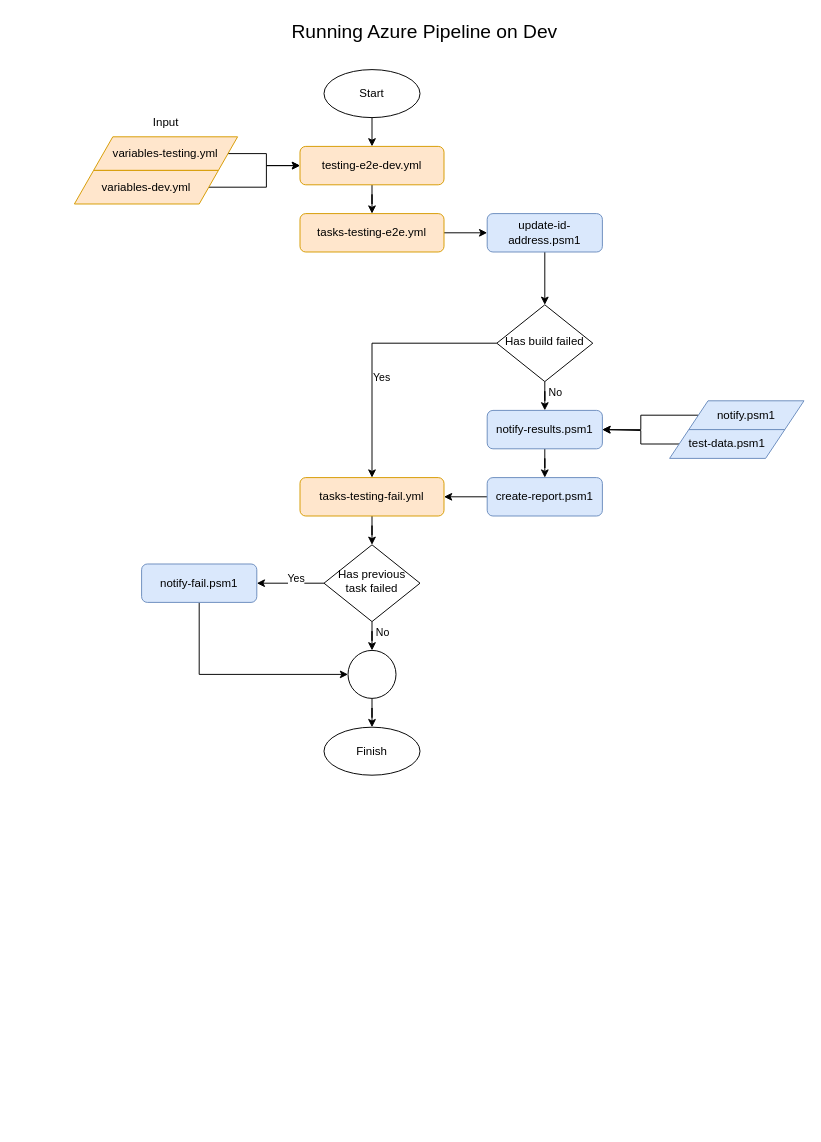
The draw.io diagram Untitled Diagram.drawio in MartinCodeH/framework-refactoring, before the edit. Source tidied: cells renumbered, new cells numbered last; positions are measured from the earlier drawing's top-left corner, leaving out a move shared by most shapes. Both pictures are drawn from the tidied source at 96%, with x=0, y=0 at pixel (74, 16).
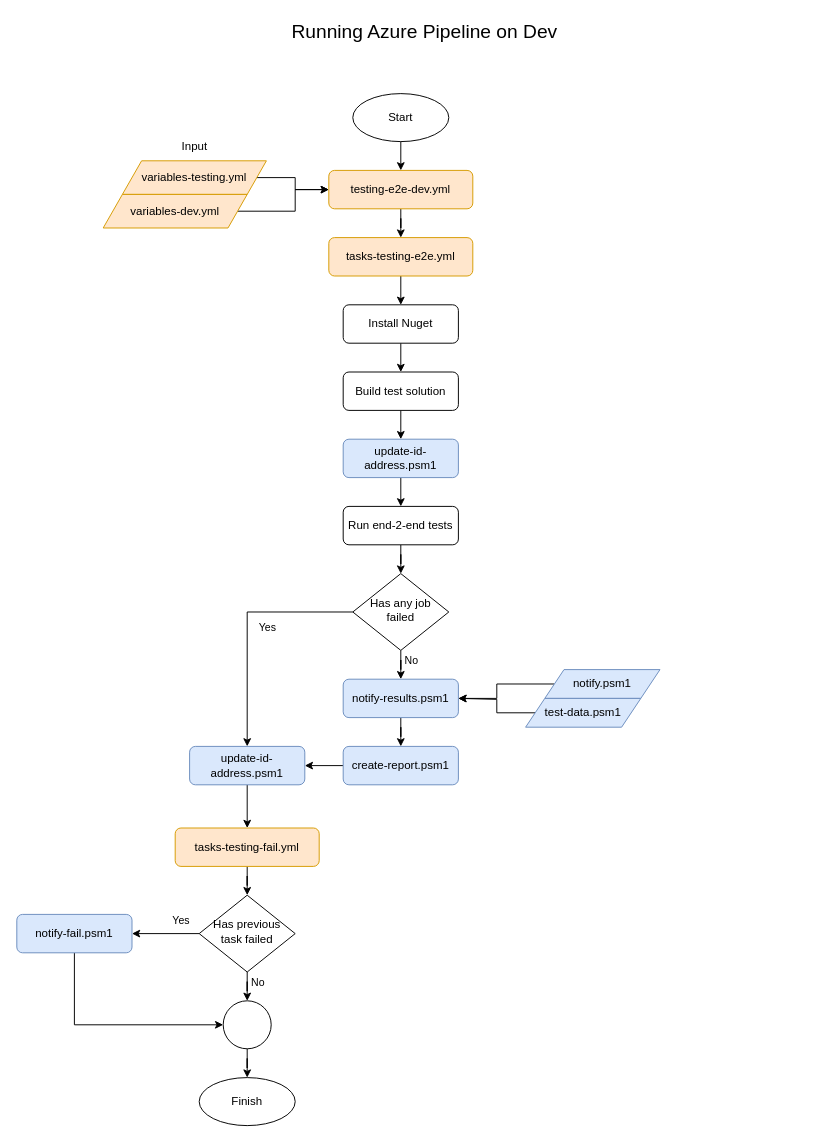
Above is the later version.

The change refers to these unchanged cells:
```xml
<mxCell id="4" style="edgeStyle=orthogonalEdgeStyle;rounded=0;jettySize=auto;html=1;" parent="1" edge="1" source="6" target="19">
  <mxGeometry relative="1" as="geometry" />
</mxCell>
```

Diff of the diagram source:
```diff
@@
     <mxCell id="5" value="Yes" style="edgeLabel;html=1;align=center;verticalAlign=middle;" parent="4" vertex="1">
       <mxGeometry x="-0.16" y="2" relative="1" as="geometry">
-        <mxPoint x="-1" y="-8" as="offset" />
+        <mxPoint x="9" y="-17" as="offset" />
       </mxGeometry>
     </mxCell>
     <mxCell id="6" value="Has previous task failed" style="rhombus;whiteSpace=wrap;html=1;shadow=0;fontFamily=Helvetica;fontSize=12;align=center;strokeWidth=1;spacing=6;spacingTop=-4;" parent="1" vertex="1">
-      <mxGeometry x="260" y="550" width="100" height="80" as="geometry" />
+      <mxGeometry x="130" y="915" width="100" height="80" as="geometry" />
     </mxCell>
-    <mxCell id="7" style="edgeStyle=orthogonalEdgeStyle;rounded=0;jettySize=auto;html=1;" parent="1" edge="1" source="11" target="26">
-      <mxGeometry relative="1" as="geometry" />
-    </mxCell>
-    <mxCell id="8" value="Yes" style="edgeLabel;html=1;align=center;verticalAlign=middle;" parent="7" vertex="1">
-      <mxGeometry x="0.02" y="-4" relative="1" as="geometry">
-        <mxPoint x="13" y="27" as="offset" />
-      </mxGeometry>
-    </mxCell>
@@
+    <mxCell id="42" style="edgeStyle=orthogonalEdgeStyle;rounded=0;jettySize=auto;html=1;exitX=0;exitY=0.5;exitDx=0;exitDy=0;" parent="1" edge="1" source="11" target="41">
+      <mxGeometry relative="1" as="geometry" />
+    </mxCell>
+    <mxCell id="8" value="Yes" style="edgeLabel;html=1;align=center;verticalAlign=middle;" parent="42" vertex="1">
+      <mxGeometry x="0.06" y="-3" relative="1" as="geometry">
+        <mxPoint x="23" y="-8" as="offset" />
+      </mxGeometry>
+    </mxCell>
-    <mxCell id="11" value="Has build failed" style="rhombus;whiteSpace=wrap;html=1;shadow=0;fontFamily=Helvetica;fontSize=12;align=center;strokeWidth=1;spacing=6;spacingTop=-4;" parent="1" vertex="1">
-      <mxGeometry x="440" y="300" width="100" height="80" as="geometry" />
+    <mxCell id="11" value="Has any job failed" style="rhombus;whiteSpace=wrap;html=1;shadow=0;fontFamily=Helvetica;fontSize=12;align=center;strokeWidth=1;spacing=6;spacingTop=-4;" parent="1" vertex="1">
+      <mxGeometry x="290" y="580" width="100" height="80" as="geometry" />
     </mxCell>
@@
     <mxCell id="13" value="testing-e2e-dev.yml" style="rounded=1;whiteSpace=wrap;html=1;fontSize=12;glass=0;strokeWidth=1;shadow=0;fillColor=#ffe6cc;strokeColor=#d79b00;" parent="1" vertex="1">
-      <mxGeometry x="235" y="135" width="150" height="40" as="geometry" />
+      <mxGeometry x="265" y="160" width="150" height="40" as="geometry" />
     </mxCell>
-    <mxCell id="14" style="edgeStyle=orthogonalEdgeStyle;rounded=0;jettySize=auto;html=1;" parent="1" edge="1" source="15" target="26">
-      <mxGeometry relative="1" as="geometry" />
-    </mxCell>
+    <mxCell id="43" style="edgeStyle=orthogonalEdgeStyle;rounded=0;jettySize=auto;html=1;" parent="1" edge="1" source="15" target="41">
+      <mxGeometry relative="1" as="geometry" />
+    </mxCell>
     <mxCell id="15" value="create-report.psm1" style="rounded=1;whiteSpace=wrap;html=1;fontSize=12;glass=0;strokeWidth=1;shadow=0;fillColor=#dae8fc;strokeColor=#6c8ebf;" parent="1" vertex="1">
-      <mxGeometry x="430" y="480" width="120" height="40" as="geometry" />
+      <mxGeometry x="280" y="760" width="120" height="40" as="geometry" />
     </mxCell>
@@
     <mxCell id="17" value="notify-results.psm1" style="rounded=1;whiteSpace=wrap;html=1;fontSize=12;glass=0;strokeWidth=1;shadow=0;fillColor=#dae8fc;strokeColor=#6c8ebf;" parent="1" vertex="1">
-      <mxGeometry x="430" y="410" width="120" height="40" as="geometry" />
+      <mxGeometry x="280" y="690" width="120" height="40" as="geometry" />
     </mxCell>
@@
     <mxCell id="19" value="notify-fail.psm1" style="rounded=1;whiteSpace=wrap;html=1;fontSize=12;glass=0;strokeWidth=1;shadow=0;fillColor=#dae8fc;strokeColor=#6c8ebf;" parent="1" vertex="1">
-      <mxGeometry x="70" y="570" width="120" height="40" as="geometry" />
+      <mxGeometry x="-60" y="935" width="120" height="40" as="geometry" />
     </mxCell>
@@
     <mxCell id="21" value="Start" style="ellipse;whiteSpace=wrap;html=1;" parent="1" vertex="1">
-      <mxGeometry x="260" y="55" width="100" height="50" as="geometry" />
+      <mxGeometry x="290" y="80" width="100" height="50" as="geometry" />
     </mxCell>
     <mxCell id="22" value="Finish" style="ellipse;whiteSpace=wrap;html=1;" parent="1" vertex="1">
-      <mxGeometry x="260" y="740" width="100" height="50" as="geometry" />
+      <mxGeometry x="130" y="1105" width="100" height="50" as="geometry" />
     </mxCell>
-    <mxCell id="23" style="edgeStyle=orthogonalEdgeStyle;rounded=0;jettySize=auto;html=1;" parent="1" edge="1" source="24" target="41">
-      <mxGeometry relative="1" as="geometry" />
-    </mxCell>
+    <mxCell id="44" style="edgeStyle=orthogonalEdgeStyle;rounded=0;jettySize=auto;html=1;exitX=0.5;exitY=1;exitDx=0;exitDy=0;entryX=0.5;entryY=0;entryDx=0;entryDy=0;" parent="1" edge="1" source="24" target="49">
+      <mxGeometry relative="1" as="geometry" />
+    </mxCell>
     <mxCell id="24" value="tasks-testing-e2e.yml" style="rounded=1;whiteSpace=wrap;html=1;fontSize=12;glass=0;strokeWidth=1;shadow=0;fillColor=#ffe6cc;strokeColor=#d79b00;" parent="1" vertex="1">
-      <mxGeometry x="235" y="205" width="150" height="40" as="geometry" />
+      <mxGeometry x="265" y="230" width="150" height="40" as="geometry" />
     </mxCell>
@@
     <mxCell id="26" value="tasks-testing-fail.yml" style="rounded=1;whiteSpace=wrap;html=1;fontSize=12;glass=0;strokeWidth=1;shadow=0;fillColor=#ffe6cc;strokeColor=#d79b00;" parent="1" vertex="1">
-      <mxGeometry x="235" y="480" width="150" height="40" as="geometry" />
+      <mxGeometry x="105" y="845" width="150" height="40" as="geometry" />
     </mxCell>
@@
     <mxCell id="28" style="edgeStyle=orthogonalEdgeStyle;rounded=0;jettySize=auto;html=1;" parent="1" edge="1" source="29" target="13">
       <mxGeometry relative="1" as="geometry">
         <Array as="points">
-          <mxPoint x="200" y="143" />
-          <mxPoint x="200" y="155" />
+          <mxPoint x="230" y="168" />
+          <mxPoint x="230" y="180" />
         </Array>
       </mxGeometry>
     </mxCell>
     <mxCell id="29" value="variables-testing.yml" style="shape=parallelogram;perimeter=parallelogramPerimeter;whiteSpace=wrap;html=1;fixedSize=1;fillColor=#ffe6cc;strokeColor=#d79b00;" parent="1" vertex="1">
-      <mxGeometry x="20" y="125" width="150" height="35" as="geometry" />
+      <mxGeometry x="50" y="150" width="150" height="35" as="geometry" />
     </mxCell>
@@
     <mxCell id="31" style="ellipse;whiteSpace=wrap;html=1;" parent="1" vertex="1">
-      <mxGeometry x="285" y="660" width="50" height="50" as="geometry" />
+      <mxGeometry x="155" y="1025" width="50" height="50" as="geometry" />
     </mxCell>
     <mxCell id="32" style="edgeStyle=orthogonalEdgeStyle;rounded=0;jettySize=auto;html=1;exitX=1;exitY=0.5;exitDx=0;exitDy=0;entryX=0;entryY=0.5;entryDx=0;entryDy=0;" parent="1" edge="1" source="33" target="13">
       <mxGeometry relative="1" as="geometry">
         <Array as="points">
-          <mxPoint x="200" y="178" />
-          <mxPoint x="200" y="155" />
+          <mxPoint x="230" y="203" />
+          <mxPoint x="230" y="180" />
         </Array>
       </mxGeometry>
     </mxCell>
     <mxCell id="33" value="variables-dev.yml" style="shape=parallelogram;perimeter=parallelogramPerimeter;whiteSpace=wrap;html=1;fixedSize=1;fillColor=#ffe6cc;strokeColor=#d79b00;" parent="1" vertex="1">
-      <mxGeometry y="160" width="150" height="35" as="geometry" />
+      <mxGeometry x="30" y="185" width="150" height="35" as="geometry" />
     </mxCell>
     <mxCell id="34" value="Input" style="text;html=1;align=center;verticalAlign=middle;strokeColor=none;fillColor=none;" parent="1" vertex="1">
-      <mxGeometry x="70" y="95" width="50" height="30" as="geometry" />
+      <mxGeometry x="100" y="120" width="50" height="30" as="geometry" />
     </mxCell>
     <mxCell id="35" style="edgeStyle=orthogonalEdgeStyle;rounded=0;orthogonalLoop=1;jettySize=auto;html=1;exitX=0.5;exitY=1;exitDx=0;exitDy=0;" parent="1" edge="1">
       <mxGeometry relative="1" as="geometry">
-        <mxPoint x="670" y="345" as="sourcePoint" />
-        <mxPoint x="670" y="345" as="targetPoint" />
+        <mxPoint x="520" y="625" as="sourcePoint" />
+        <mxPoint x="520" y="625" as="targetPoint" />
       </mxGeometry>
     </mxCell>
     <mxCell id="36" style="edgeStyle=orthogonalEdgeStyle;rounded=0;jettySize=auto;html=1;exitX=0;exitY=0.5;exitDx=0;exitDy=0;entryX=1;entryY=0.5;entryDx=0;entryDy=0;" parent="1" edge="1" source="37" target="17">
       <mxGeometry relative="1" as="geometry">
         <Array as="points">
-          <mxPoint x="590" y="415" />
-          <mxPoint x="590" y="430" />
+          <mxPoint x="440" y="695" />
+          <mxPoint x="440" y="710" />
         </Array>
       </mxGeometry>
     </mxCell>
     <mxCell id="37" value="notify.psm1" style="shape=parallelogram;perimeter=parallelogramPerimeter;whiteSpace=wrap;html=1;fixedSize=1;fillColor=#dae8fc;strokeColor=#6c8ebf;" parent="1" vertex="1">
-      <mxGeometry x="640" y="400" width="120" height="30" as="geometry" />
+      <mxGeometry x="490" y="680" width="120" height="30" as="geometry" />
     </mxCell>
     <mxCell id="38" style="edgeStyle=orthogonalEdgeStyle;rounded=0;jettySize=auto;html=1;exitX=0;exitY=0.5;exitDx=0;exitDy=0;" parent="1" edge="1" source="39">
       <mxGeometry relative="1" as="geometry">
-        <mxPoint x="550" y="430" as="targetPoint" />
+        <mxPoint x="400" y="710" as="targetPoint" />
         <Array as="points">
-          <mxPoint x="590" y="445" />
-          <mxPoint x="590" y="431" />
+          <mxPoint x="440" y="725" />
+          <mxPoint x="440" y="711" />
         </Array>
       </mxGeometry>
     </mxCell>
     <mxCell id="39" value="test-data.psm1" style="shape=parallelogram;perimeter=parallelogramPerimeter;whiteSpace=wrap;html=1;fixedSize=1;fillColor=#dae8fc;strokeColor=#6c8ebf;" parent="1" vertex="1">
-      <mxGeometry x="620" y="430" width="120" height="30" as="geometry" />
+      <mxGeometry x="470" y="710" width="120" height="30" as="geometry" />
     </mxCell>
-    <mxCell id="40" style="edgeStyle=orthogonalEdgeStyle;rounded=0;jettySize=auto;html=1;" parent="1" edge="1" source="41" target="11">
-      <mxGeometry relative="1" as="geometry" />
-    </mxCell>
+    <mxCell id="45" style="edgeStyle=orthogonalEdgeStyle;rounded=0;jettySize=auto;html=1;" parent="1" edge="1" source="41" target="26">
+      <mxGeometry relative="1" as="geometry" />
+    </mxCell>
     <mxCell id="41" value="update-id-address.psm1" style="rounded=1;whiteSpace=wrap;html=1;fontSize=12;glass=0;strokeWidth=1;shadow=0;fillColor=#dae8fc;strokeColor=#6c8ebf;" parent="1" vertex="1">
-      <mxGeometry x="430" y="205" width="120" height="40" as="geometry" />
+      <mxGeometry x="120" y="760" width="120" height="40" as="geometry" />
     </mxCell>
+    <mxCell id="46" style="edgeStyle=orthogonalEdgeStyle;rounded=0;jettySize=auto;html=1;exitX=0.5;exitY=1;exitDx=0;exitDy=0;entryX=0.5;entryY=0;entryDx=0;entryDy=0;" parent="1" edge="1" source="47" target="53">
+      <mxGeometry relative="1" as="geometry" />
+    </mxCell>
+    <mxCell id="47" value="update-id-address.psm1" style="rounded=1;whiteSpace=wrap;html=1;fontSize=12;glass=0;strokeWidth=1;shadow=0;fillColor=#dae8fc;strokeColor=#6c8ebf;" parent="1" vertex="1">
+      <mxGeometry x="280" y="440" width="120" height="40" as="geometry" />
+    </mxCell>
+    <mxCell id="48" style="edgeStyle=orthogonalEdgeStyle;rounded=0;jettySize=auto;html=1;exitX=0.5;exitY=1;exitDx=0;exitDy=0;entryX=0.5;entryY=0;entryDx=0;entryDy=0;" parent="1" edge="1" source="49" target="51">
+      <mxGeometry relative="1" as="geometry" />
+    </mxCell>
+    <mxCell id="49" value="Install Nuget" style="rounded=1;whiteSpace=wrap;html=1;" parent="1" vertex="1">
+      <mxGeometry x="280" y="300" width="120" height="40" as="geometry" />
+    </mxCell>
+    <mxCell id="50" style="edgeStyle=orthogonalEdgeStyle;rounded=0;jettySize=auto;html=1;exitX=0.5;exitY=1;exitDx=0;exitDy=0;entryX=0.5;entryY=0;entryDx=0;entryDy=0;" parent="1" edge="1" source="51" target="47">
+      <mxGeometry relative="1" as="geometry" />
+    </mxCell>
+    <mxCell id="51" value="Build test solution" style="rounded=1;whiteSpace=wrap;html=1;" parent="1" vertex="1">
+      <mxGeometry x="280" y="370" width="120" height="40" as="geometry" />
+    </mxCell>
+    <mxCell id="52" style="edgeStyle=orthogonalEdgeStyle;rounded=0;jettySize=auto;html=1;" parent="1" edge="1" source="53" target="11">
+      <mxGeometry relative="1" as="geometry" />
+    </mxCell>
+    <mxCell id="53" value="Run end-2-end tests" style="rounded=1;whiteSpace=wrap;html=1;" parent="1" vertex="1">
+      <mxGeometry x="280" y="510" width="120" height="40" as="geometry" />
+    </mxCell>
```
